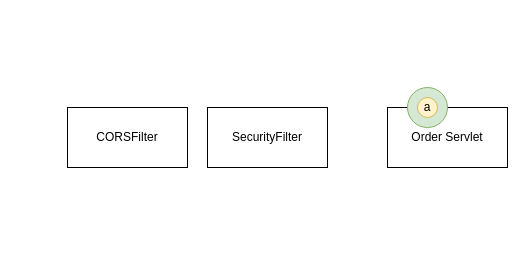
Before: page "Misc" (2 of 2) of amazon-clone-api.drawio in Direct-Entry-Program-7/amazon-clone-api, a draw.io diagram. Source tidied: cells renumbered, new cells numbered last; positions are measured from the earlier drawing's top-left corner, leaving out a move shared by most shapes. Both pictures are drawn from the tidied source at 100%, with x=0, y=0 at pixel (67, 87).
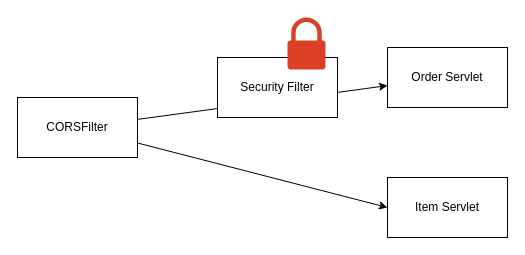
The same diagram, later.

What changed in the source:
```diff
@@
 <mxGraphModel>
   <root>
     <mxCell id="0" />
     <mxCell id="1" parent="0" />
+    <mxCell id="8" style="rounded=0;jettySize=auto;html=1;" parent="1" edge="1" source="2" target="3">
+      <mxGeometry relative="1" as="geometry" />
+    </mxCell>
+    <mxCell id="9" style="rounded=0;jettySize=auto;html=1;entryX=0;entryY=0.5;entryDx=0;entryDy=0;" parent="1" edge="1" source="2" target="10">
+      <mxGeometry relative="1" as="geometry" />
+    </mxCell>
     <mxCell id="2" value="CORSFilter" style="rounded=0;whiteSpace=wrap;html=1;fontFamily=Ubuntu;" parent="1" vertex="1">
-      <mxGeometry y="20" width="120" height="60" as="geometry" />
+      <mxGeometry x="-50" y="10" width="120" height="60" as="geometry" />
     </mxCell>
     <mxCell id="3" value="Order Servlet" style="rounded=0;whiteSpace=wrap;html=1;fontFamily=Ubuntu;" parent="1" vertex="1">
-      <mxGeometry x="320" y="20" width="120" height="60" as="geometry" />
+      <mxGeometry x="320" y="-40" width="120" height="60" as="geometry" />
     </mxCell>
-    <mxCell id="4" value="SecurityFilter" style="rounded=0;whiteSpace=wrap;html=1;fontFamily=Ubuntu;" parent="1" vertex="1">
-      <mxGeometry x="140" y="20" width="120" height="60" as="geometry" />
-    </mxCell>
-    <mxCell id="5" style="group;" parent="1" vertex="1">
-      <mxGeometry x="340" width="40" height="40" as="geometry" />
-    </mxCell>
-    <mxCell id="6" style="ellipse;whiteSpace=wrap;html=1;fontFamily=Ubuntu;fillColor=#d5e8d4;strokeColor=#82b366;" parent="5" vertex="1">
-      <mxGeometry width="40" height="40" as="geometry" />
-    </mxCell>
-    <mxCell id="7" value="a" style="ellipse;whiteSpace=wrap;html=1;fontFamily=Ubuntu;fillColor=#fff2cc;strokeColor=#d6b656;" parent="5" vertex="1">
-      <mxGeometry x="10" y="10" width="20" height="20" as="geometry" />
-    </mxCell>
+    <mxCell id="10" value="Item Servlet" style="rounded=0;whiteSpace=wrap;html=1;fontFamily=Ubuntu;" parent="1" vertex="1">
+      <mxGeometry x="320" y="90" width="120" height="60" as="geometry" />
+    </mxCell>
+    <mxCell id="11" value="Security Filter" style="rounded=0;whiteSpace=wrap;html=1;fontFamily=Ubuntu;" parent="1" vertex="1">
+      <mxGeometry x="150" y="-30" width="120" height="60" as="geometry" />
+    </mxCell>
+    <mxCell id="12" style="sketch=0;shadow=0;dashed=0;html=1;strokeColor=none;labelPosition=center;verticalLabelPosition=bottom;verticalAlign=top;align=center;shape=mxgraph.office.security.lock_protected;fillColor=#DA4026;" parent="1" vertex="1">
+      <mxGeometry x="220" y="-70" width="38" height="52" as="geometry" />
+    </mxCell>
   </root>
 </mxGraphModel>
```
